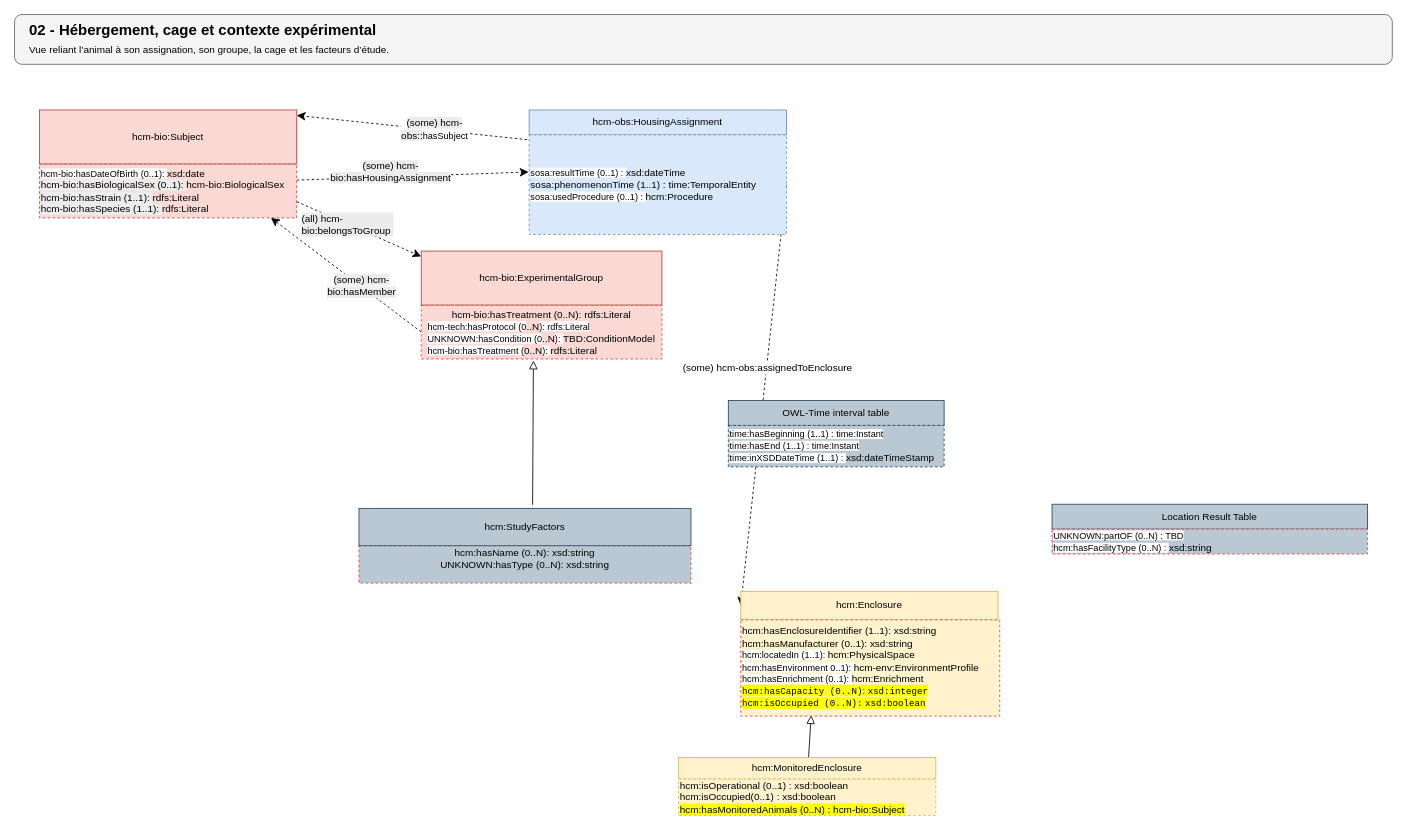
The draw.io diagram page "02 - Hébergement, cage et contexte expérimental" (4 of 7) of docs/paper/sources/figures/version_rapport.drawio in dhuzard/HCMO, before the edit. Source tidied: cells renumbered, new cells numbered last; positions are measured from the earlier drawing's top-left corner, leaving out a move shared by most shapes. Both pictures are drawn from the tidied source at 83%, with x=0, y=0 at pixel (14, 14).
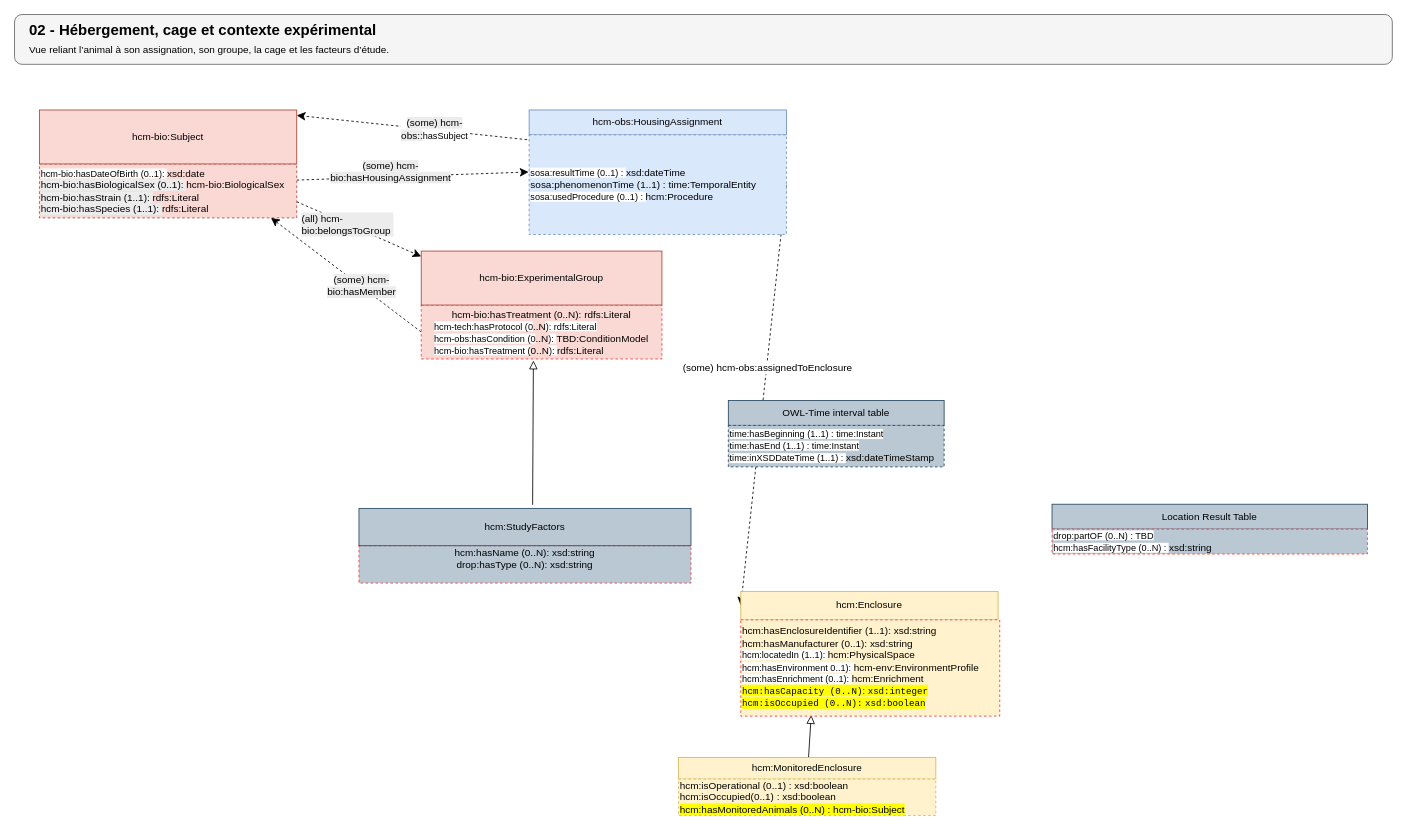
Above is the later version.

The change refers to these unchanged cells:
```xml
<mxCell id="15" style="group;" parent="1" vertex="1">
  <mxGeometry x="1250" y="590" width="380" height="60" as="geometry" />
</mxCell>
<mxCell id="32" style="group;" parent="1" vertex="1">
  <mxGeometry x="490" y="285" width="290" height="140" as="geometry" />
</mxCell>
<mxCell id="35" style="group;" parent="1" vertex="1">
  <mxGeometry x="415" y="595" width="400" height="90" as="geometry" />
</mxCell>
```

Diff of the diagram source:
```diff
@@
-    <mxCell id="17" value="&lt;div&gt;&lt;span style=&quot;background-color: rgb(255, 255, 255); font-size: 11px; text-align: center; text-wrap-mode: nowrap; color: light-dark(rgb(0, 0, 0), rgb(255, 255, 255));&quot;&gt;UNKNOWN:partOF (0..N) : TBD&lt;/span&gt;&lt;/div&gt;&lt;div&gt;&lt;span style=&quot;background-color: rgb(255, 255, 255); font-size: 11px; text-align: center; text-wrap-mode: nowrap; color: light-dark(rgb(0, 0, 0), rgb(255, 255, 255));&quot;&gt;hcm:hasFacilityType (0..N) :&amp;nbsp;&lt;/span&gt;&lt;span style=&quot;background-color: transparent;&quot;&gt;xsd:string&lt;/span&gt;&lt;/div&gt;" style="rounded=0;whiteSpace=wrap;html=1;dashed=1;align=left;fillColor=#bac8d3;strokeColor=#FF3333;" parent="15" vertex="1">
+    <mxCell id="17" value="&lt;div&gt;&lt;span style=&quot;background-color: rgb(255, 255, 255); font-size: 11px; text-align: center; text-wrap-mode: nowrap; color: light-dark(rgb(0, 0, 0), rgb(255, 255, 255));&quot;&gt;drop:partOF (0..N) : TBD&lt;/span&gt;&lt;/div&gt;&lt;div&gt;&lt;span style=&quot;background-color: rgb(255, 255, 255); font-size: 11px; text-align: center; text-wrap-mode: nowrap; color: light-dark(rgb(0, 0, 0), rgb(255, 255, 255));&quot;&gt;hcm:hasFacilityType (0..N) :&amp;nbsp;&lt;/span&gt;&lt;span style=&quot;background-color: transparent;&quot;&gt;xsd:string&lt;/span&gt;&lt;/div&gt;" style="rounded=0;whiteSpace=wrap;html=1;dashed=1;align=left;fillColor=#bac8d3;strokeColor=#FF3333;" parent="15" vertex="1">
       <mxGeometry y="30" width="380" height="30" as="geometry" />
     </mxCell>
@@
-    <mxCell id="33" value="hcm-bio:hasTreatment (0..N): rdfs:Literal&lt;div&gt;&lt;div style=&quot;text-align: left;&quot;&gt;&lt;span style=&quot;color: light-dark(rgb(0, 0, 0), rgb(255, 255, 255)); text-wrap-mode: nowrap; font-size: 11px; background-color: rgb(255, 255, 255);&quot;&gt;hcm-tech:hasProtocol (0&lt;/span&gt;&lt;span style=&quot;background-color: transparent; color: light-dark(rgb(0, 0, 0), rgb(255, 255, 255)); text-align: center;&quot;&gt;..N&lt;/span&gt;&lt;span style=&quot;color: light-dark(rgb(0, 0, 0), rgb(255, 255, 255)); text-wrap-mode: nowrap; font-size: 11px; background-color: rgb(255, 255, 255);&quot;&gt;): rdfs:Literal&lt;/span&gt;&lt;/div&gt;&lt;div&gt;&lt;div style=&quot;text-align: left;&quot;&gt;&lt;span style=&quot;font-size: 11px; text-align: center; text-wrap-mode: nowrap; background-color: rgb(255, 255, 255);&quot;&gt;UNKNOWN:hasCondition (0&lt;/span&gt;&lt;span style=&quot;background-color: transparent; color: light-dark(rgb(0, 0, 0), rgb(255, 255, 255)); text-align: center;&quot;&gt;..N&lt;/span&gt;&lt;span style=&quot;color: light-dark(rgb(0, 0, 0), rgb(255, 255, 255)); text-wrap-mode: nowrap; font-size: 11px; text-align: center; background-color: rgb(255, 255, 255);&quot;&gt;):&amp;nbsp;&lt;/span&gt;&lt;span style=&quot;background-color: transparent; color: light-dark(rgb(0, 0, 0), rgb(255, 255, 255)); text-wrap-mode: nowrap; font-size: 11px;&quot;&gt;&lt;/span&gt;&lt;span style=&quot;background-color: transparent; color: light-dark(rgb(0, 0, 0), rgb(255, 255, 255)); text-align: center;&quot;&gt;TBD:ConditionModel&lt;/span&gt;&lt;/div&gt;&lt;div style=&quot;text-align: left;&quot;&gt;&lt;span style=&quot;font-size: 11px; text-align: center; text-wrap-mode: nowrap; background-color: rgb(255, 255, 255);&quot;&gt;hcm-bio:hasTreatment (&lt;/span&gt;&lt;span style=&quot;background-color: transparent; color: light-dark(rgb(0, 0, 0), rgb(255, 255, 255)); text-align: center;&quot;&gt;0..N&lt;/span&gt;&lt;span style=&quot;color: light-dark(rgb(0, 0, 0), rgb(255, 255, 255)); text-wrap-mode: nowrap; font-size: 11px; text-align: center; background-color: rgb(255, 255, 255);&quot;&gt;):&amp;nbsp;&lt;/span&gt;&lt;span style=&quot;background-color: transparent; color: light-dark(rgb(0, 0, 0), rgb(255, 255, 255)); text-align: center;&quot;&gt;&lt;/span&gt;&lt;span style=&quot;background-color: transparent; color: light-dark(rgb(0, 0, 0), rgb(255, 255, 255)); text-align: center;&quot;&gt;rdfs:Literal&lt;/span&gt;&lt;/div&gt;&lt;/div&gt;&lt;/div&gt;" style="rounded=0;whiteSpace=wrap;html=1;snapToPoint=1;points=[[0.1,0],[0.2,0],[0.3,0],[0.4,0],[0.5,0],[0.6,0],[0.7,0],[0.8,0],[0.9,0],[0,0.1],[0,0.3],[0,0.5],[0,0.7],[0,0.9],[0.1,1],[0.2,1],[0.3,1],[0.4,1],[0.5,1],[0.6,1],[0.7,1],[0.8,1],[0.9,1],[1,0.1],[1,0.3],[1,0.5],[1,0.7],[1,0.9]];dashed=1;fillColor=#fad9d5;strokeColor=#FF3333;" parent="32" vertex="1">
+    <mxCell id="33" value="hcm-bio:hasTreatment (0..N): rdfs:Literal&lt;div&gt;&lt;div style=&quot;text-align: left;&quot;&gt;&lt;span style=&quot;color: light-dark(rgb(0, 0, 0), rgb(255, 255, 255)); text-wrap-mode: nowrap; font-size: 11px; background-color: rgb(255, 255, 255);&quot;&gt;hcm-tech:hasProtocol (0&lt;/span&gt;&lt;span style=&quot;background-color: transparent; color: light-dark(rgb(0, 0, 0), rgb(255, 255, 255)); text-align: center;&quot;&gt;..N&lt;/span&gt;&lt;span style=&quot;color: light-dark(rgb(0, 0, 0), rgb(255, 255, 255)); text-wrap-mode: nowrap; font-size: 11px; background-color: rgb(255, 255, 255);&quot;&gt;): rdfs:Literal&lt;/span&gt;&lt;/div&gt;&lt;div&gt;&lt;div style=&quot;text-align: left;&quot;&gt;&lt;span style=&quot;font-size: 11px; text-align: center; text-wrap-mode: nowrap; background-color: rgb(255, 255, 255);&quot;&gt;hcm-obs:hasCondition (0&lt;/span&gt;&lt;span style=&quot;background-color: transparent; color: light-dark(rgb(0, 0, 0), rgb(255, 255, 255)); text-align: center;&quot;&gt;..N&lt;/span&gt;&lt;span style=&quot;color: light-dark(rgb(0, 0, 0), rgb(255, 255, 255)); text-wrap-mode: nowrap; font-size: 11px; text-align: center; background-color: rgb(255, 255, 255);&quot;&gt;):&amp;nbsp;&lt;/span&gt;&lt;span style=&quot;background-color: transparent; color: light-dark(rgb(0, 0, 0), rgb(255, 255, 255)); text-wrap-mode: nowrap; font-size: 11px;&quot;&gt;&lt;/span&gt;&lt;span style=&quot;background-color: transparent; color: light-dark(rgb(0, 0, 0), rgb(255, 255, 255)); text-align: center;&quot;&gt;TBD:ConditionModel&lt;/span&gt;&lt;/div&gt;&lt;div style=&quot;text-align: left;&quot;&gt;&lt;span style=&quot;font-size: 11px; text-align: center; text-wrap-mode: nowrap; background-color: rgb(255, 255, 255);&quot;&gt;hcm-bio:hasTreatment (&lt;/span&gt;&lt;span style=&quot;background-color: transparent; color: light-dark(rgb(0, 0, 0), rgb(255, 255, 255)); text-align: center;&quot;&gt;0..N&lt;/span&gt;&lt;span style=&quot;color: light-dark(rgb(0, 0, 0), rgb(255, 255, 255)); text-wrap-mode: nowrap; font-size: 11px; text-align: center; background-color: rgb(255, 255, 255);&quot;&gt;):&amp;nbsp;&lt;/span&gt;&lt;span style=&quot;background-color: transparent; color: light-dark(rgb(0, 0, 0), rgb(255, 255, 255)); text-align: center;&quot;&gt;&lt;/span&gt;&lt;span style=&quot;background-color: transparent; color: light-dark(rgb(0, 0, 0), rgb(255, 255, 255)); text-align: center;&quot;&gt;rdfs:Literal&lt;/span&gt;&lt;/div&gt;&lt;/div&gt;&lt;/div&gt;" style="rounded=0;whiteSpace=wrap;html=1;snapToPoint=1;points=[[0.1,0],[0.2,0],[0.3,0],[0.4,0],[0.5,0],[0.6,0],[0.7,0],[0.8,0],[0.9,0],[0,0.1],[0,0.3],[0,0.5],[0,0.7],[0,0.9],[0.1,1],[0.2,1],[0.3,1],[0.4,1],[0.5,1],[0.6,1],[0.7,1],[0.8,1],[0.9,1],[1,0.1],[1,0.3],[1,0.5],[1,0.7],[1,0.9]];dashed=1;fillColor=#fad9d5;strokeColor=#FF3333;" parent="32" vertex="1">
       <mxGeometry y="65" width="290" height="65" as="geometry" />
     </mxCell>
@@
-    <mxCell id="36" value="&lt;div&gt;hcm:hasName (0..N): xsd:string&lt;/div&gt;&lt;div&gt;UNKNOWN:hasType (0..N):&amp;nbsp;xsd:string&lt;/div&gt;&lt;div&gt;&lt;br&gt;&lt;/div&gt;" style="rounded=0;whiteSpace=wrap;html=1;dashed=1;fillColor=#bac8d3;strokeColor=#FF3333;" parent="35" vertex="1">
+    <mxCell id="36" value="&lt;div&gt;hcm:hasName (0..N): xsd:string&lt;/div&gt;&lt;div&gt;drop:hasType (0..N):&amp;nbsp;xsd:string&lt;/div&gt;&lt;div&gt;&lt;br&gt;&lt;/div&gt;" style="rounded=0;whiteSpace=wrap;html=1;dashed=1;fillColor=#bac8d3;strokeColor=#FF3333;" parent="35" vertex="1">
       <mxGeometry y="45" width="400" height="45" as="geometry" />
     </mxCell>
```
